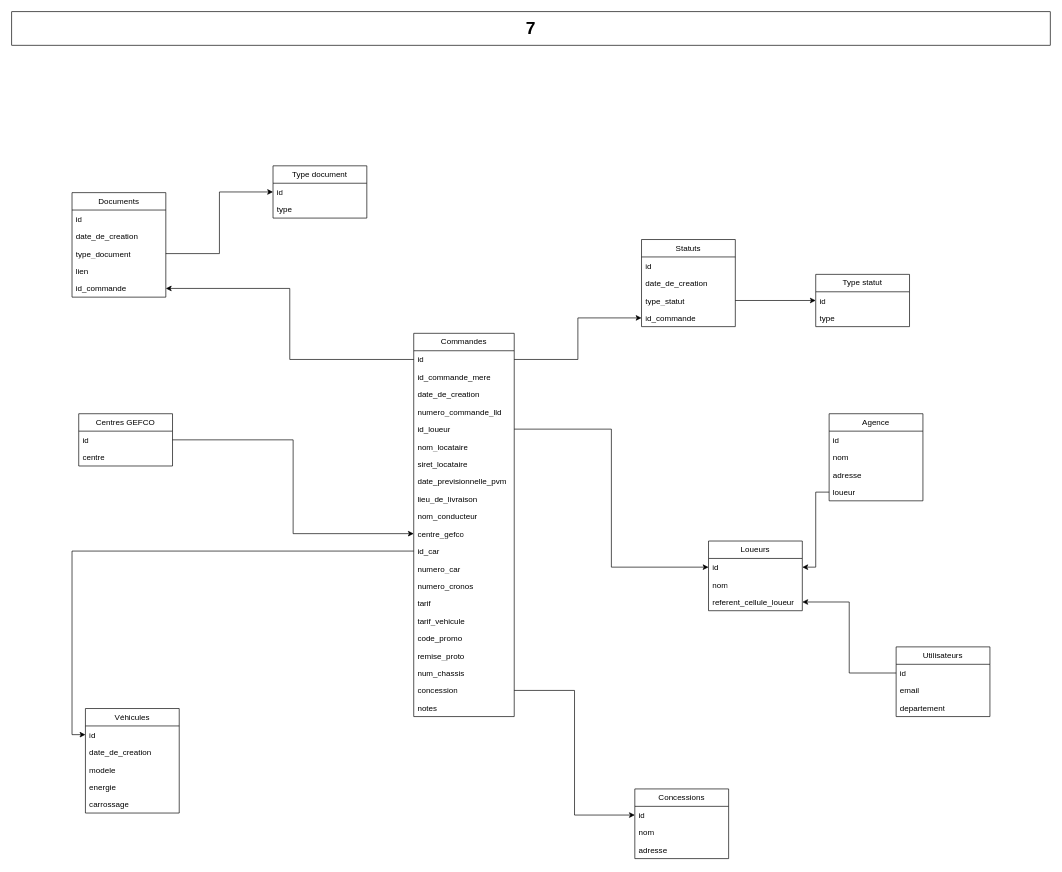
Above: Diagramme sans nom.drawio in GilYounicorns/Graph (draw.io), before the change. Source tidied: cells renumbered, new cells numbered last; positions are measured from the earlier drawing's top-left corner, leaving out a move shared by most shapes. Both pictures are drawn from the tidied source at 67%, with x=0, y=0 at pixel (11, 11).
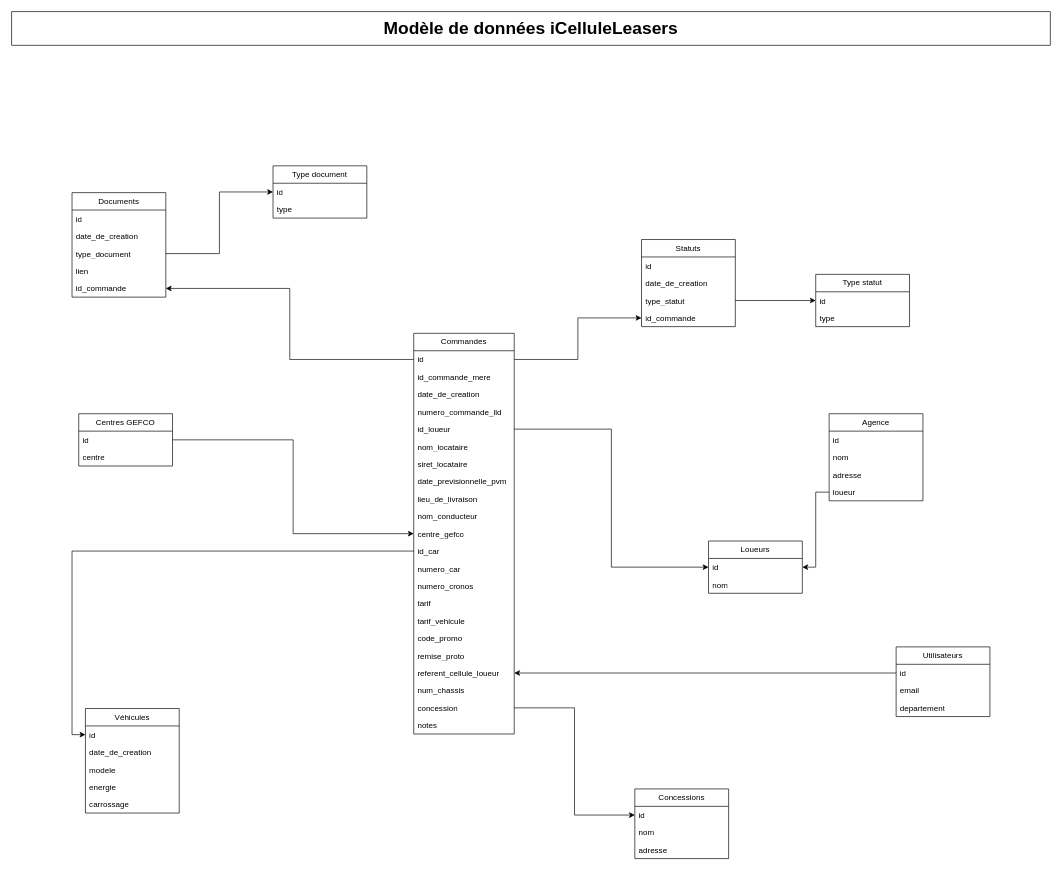
The same diagram, later.

Commit message:
Mettre à jour Diagramme sans nom.drawio

The change refers to these unchanged cells:
```xml
<mxCell id="25" value="id" style="text;strokeColor=none;fillColor=none;align=left;verticalAlign=top;spacingLeft=4;spacingRight=4;overflow=hidden;points=[[0,0.5],[1,0.5]];portConstraint=eastwest;whiteSpace=wrap;html=1;" parent="24" vertex="1">
  <mxGeometry y="26" width="140" height="26" as="geometry" />
</mxCell>
```

Change to the diagram source:
```diff
@@
     <mxCell id="2" value="Commandes" style="swimlane;fontStyle=0;horizontal=1;startSize=26;fillColor=none;whiteSpace=wrap;html=1;" parent="1" vertex="1">
-      <mxGeometry x="600" y="480" width="150" height="572" as="geometry" />
+      <mxGeometry x="600" y="480" width="150" height="598" as="geometry" />
     </mxCell>
@@
+    <mxCell id="31" value="referent_cellule_loueur" style="text;strokeColor=none;fillColor=none;align=left;verticalAlign=top;spacingLeft=4;spacingRight=4;overflow=hidden;points=[[0,0.5],[1,0.5]];portConstraint=eastwest;whiteSpace=wrap;html=1;" parent="2" vertex="1">
+      <mxGeometry y="494" width="150" height="26" as="geometry" />
+    </mxCell>
     <mxCell id="21" value="num_chassis" style="text;strokeColor=none;fillColor=none;align=left;verticalAlign=top;spacingLeft=4;spacingRight=4;overflow=hidden;whiteSpace=wrap;html=1;" parent="2" vertex="1">
-      <mxGeometry y="494" width="150" height="26" as="geometry" />
+      <mxGeometry y="520" width="150" height="26" as="geometry" />
     </mxCell>
     <mxCell id="22" value="concession" style="text;strokeColor=none;fillColor=none;align=left;verticalAlign=top;spacingLeft=4;spacingRight=4;overflow=hidden;points=[[0,0.5],[1,0.5]];portConstraint=eastwest;whiteSpace=wrap;html=1;" parent="2" vertex="1">
-      <mxGeometry y="520" width="150" height="26" as="geometry" />
+      <mxGeometry y="546" width="150" height="26" as="geometry" />
     </mxCell>
     <mxCell id="23" value="notes" style="text;strokeColor=none;fillColor=none;align=left;verticalAlign=top;spacingLeft=4;spacingRight=4;overflow=hidden;whiteSpace=wrap;html=1;" parent="2" vertex="1">
-      <mxGeometry y="546" width="150" height="26" as="geometry" />
+      <mxGeometry y="572" width="150" height="26" as="geometry" />
     </mxCell>
@@
     <mxCell id="28" value="Loueurs" style="swimlane;fontStyle=0;horizontal=1;startSize=26;fillColor=none;whiteSpace=wrap;html=1;" parent="1" vertex="1">
-      <mxGeometry x="1040" y="790" width="140" height="104" as="geometry" />
+      <mxGeometry x="1040" y="790" width="140" height="78" as="geometry" />
     </mxCell>
@@
-    <mxCell id="31" value="referent_cellule_loueur" style="text;strokeColor=none;fillColor=none;align=left;verticalAlign=top;spacingLeft=4;spacingRight=4;overflow=hidden;points=[[0,0.5],[1,0.5]];portConstraint=eastwest;whiteSpace=wrap;html=1;" parent="28" vertex="1">
-      <mxGeometry y="78" width="140" height="26" as="geometry" />
-    </mxCell>
@@
-    <mxCell id="69" style="edgeStyle=orthogonalEdgeStyle;rounded=0;jettySize=auto;html=1;entryX=1;entryY=0.5;entryDx=0;entryDy=0;" parent="1" edge="1" source="25" target="31">
+    <mxCell id="69" style="edgeStyle=orthogonalEdgeStyle;rounded=0;jettySize=auto;html=1;" parent="1" edge="1" source="25" target="31">
       <mxGeometry relative="1" as="geometry" />
     </mxCell>
@@
-    <mxCell id="77" value="7&lt;br&gt;" style="html=1;whiteSpace=wrap;fontStyle=1;fontSize=26;" parent="1" vertex="1">
+    <mxCell id="77" value="Modèle de données iCelluleLeasers" style="html=1;whiteSpace=wrap;fontStyle=1;fontSize=26;" parent="1" vertex="1">
       <mxGeometry width="1550" height="50" as="geometry" />
     </mxCell>
```
